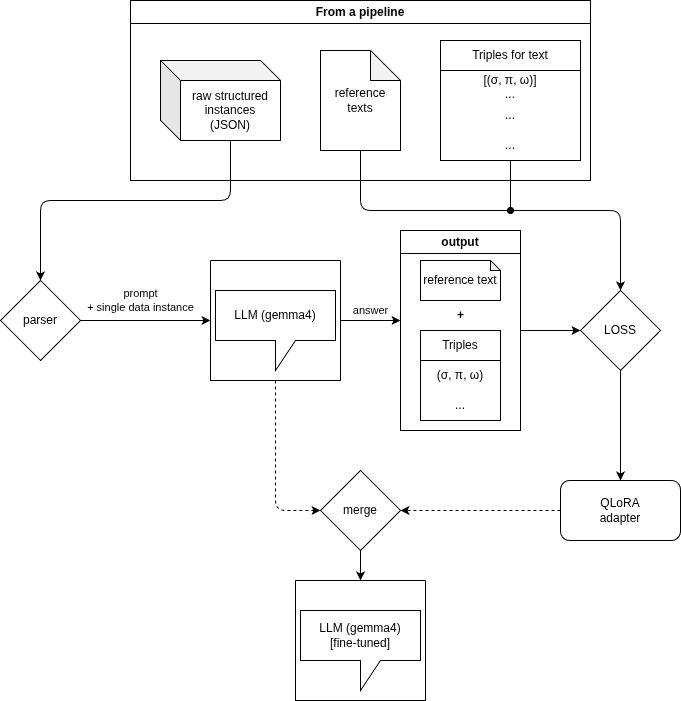
Earlier version of the draw.io export master-thesis/figures/ft-llm.png (Nikiaker/d2t). Source tidied: cells renumbered, new cells last; positions are measured from the earlier drawing's top-left corner, leaving out a move shared by most shapes. Source of this version:
```xml
<mxGraphModel>
  <root>
    <mxCell id="0" />
    <mxCell id="1" parent="0" />
    <mxCell id="2" style="edgeStyle=none;html=1;entryX=0.5;entryY=0;entryDx=0;entryDy=0;exitX=0;exitY=0;exitDx=70;exitDy=80;exitPerimeter=0;" parent="1" edge="1" source="10" target="16">
      <mxGeometry relative="1" as="geometry">
        <Array as="points">
          <mxPoint x="230" y="200" />
          <mxPoint x="40" y="200" />
        </Array>
      </mxGeometry>
    </mxCell>
    <mxCell id="3" value="From a pipeline" style="swimlane;whiteSpace=wrap;html=1;" parent="1" vertex="1">
      <mxGeometry x="130" width="460" height="180" as="geometry" />
    </mxCell>
    <mxCell id="4" style="edgeStyle=none;html=1;endArrow=oval;endFill=1;" parent="3" edge="1" source="5">
      <mxGeometry relative="1" as="geometry">
        <mxPoint x="380" y="210" as="targetPoint" />
      </mxGeometry>
    </mxCell>
    <mxCell id="5" value="Triples for text" style="swimlane;fontStyle=0;horizontal=1;startSize=30;whiteSpace=wrap;html=1;" parent="3" vertex="1">
      <mxGeometry x="310" y="40" width="140" height="120" as="geometry" />
    </mxCell>
    <mxCell id="6" value="[(σ, π, ω)]&lt;div&gt;...&lt;/div&gt;" style="text;strokeColor=none;fillColor=none;align=center;verticalAlign=middle;spacingLeft=4;spacingRight=4;overflow=hidden;whiteSpace=wrap;html=1;" parent="5" vertex="1">
      <mxGeometry y="30" width="140" height="30" as="geometry" />
    </mxCell>
    <mxCell id="7" value="..." style="text;strokeColor=none;fillColor=none;align=center;verticalAlign=middle;spacingLeft=4;spacingRight=4;overflow=hidden;whiteSpace=wrap;html=1;" parent="5" vertex="1">
      <mxGeometry y="60" width="140" height="30" as="geometry" />
    </mxCell>
    <mxCell id="8" value="..." style="text;strokeColor=none;fillColor=none;align=center;verticalAlign=middle;spacingLeft=4;spacingRight=4;overflow=hidden;whiteSpace=wrap;html=1;" parent="5" vertex="1">
      <mxGeometry y="90" width="140" height="30" as="geometry" />
    </mxCell>
    <mxCell id="9" value="reference texts" style="shape=note;whiteSpace=wrap;html=1;backgroundOutline=1;darkOpacity=0.05;" parent="3" vertex="1">
      <mxGeometry x="190" y="50" width="80" height="100" as="geometry" />
    </mxCell>
    <mxCell id="10" value="raw structured instances&lt;div&gt;(JSON)&lt;/div&gt;" style="shape=cube;whiteSpace=wrap;html=1;boundedLbl=1;backgroundOutline=1;darkOpacity=0.05;darkOpacity2=0.1;" parent="3" vertex="1">
      <mxGeometry x="30" y="60" width="120" height="80" as="geometry" />
    </mxCell>
    <mxCell id="11" value="LLM (gemma4)" style="shape=callout;whiteSpace=wrap;html=1;perimeter=calloutPerimeter;" parent="1" vertex="1">
      <mxGeometry x="215" y="290" width="120" height="80" as="geometry" />
    </mxCell>
    <mxCell id="12" value="answer" style="edgeStyle=none;html=1;exitX=1;exitY=0.5;exitDx=0;exitDy=0;" parent="1" edge="1" source="14">
      <mxGeometry y="10" relative="1" as="geometry">
        <mxPoint x="400" y="320" as="targetPoint" />
      </mxGeometry>
    </mxCell>
    <mxCell id="13" style="edgeStyle=none;html=1;entryX=0;entryY=0.5;entryDx=0;entryDy=0;dashed=1;" parent="1" edge="1" source="14" target="29">
      <mxGeometry relative="1" as="geometry">
        <Array as="points">
          <mxPoint x="275" y="510" />
        </Array>
      </mxGeometry>
    </mxCell>
    <mxCell id="14" style="swimlane;startSize=0;" parent="1" vertex="1">
      <mxGeometry x="210" y="260" width="130" height="120" as="geometry" />
    </mxCell>
    <mxCell id="15" value="prompt&lt;div&gt;+ single data instance&lt;/div&gt;" style="edgeStyle=none;html=1;entryX=0;entryY=0.5;entryDx=0;entryDy=0;exitX=1;exitY=0.5;exitDx=0;exitDy=0;" parent="1" edge="1" source="16" target="14">
      <mxGeometry x="-0.08" y="20" relative="1" as="geometry" />
    </mxCell>
    <mxCell id="16" value="parser" style="rhombus;whiteSpace=wrap;html=1;" parent="1" vertex="1">
      <mxGeometry y="280" width="80" height="80" as="geometry" />
    </mxCell>
    <mxCell id="17" style="edgeStyle=none;html=1;entryX=0;entryY=0.5;entryDx=0;entryDy=0;" parent="1" edge="1" source="18" target="32">
      <mxGeometry relative="1" as="geometry" />
    </mxCell>
    <mxCell id="18" value="output" style="swimlane;whiteSpace=wrap;html=1;" parent="1" vertex="1">
      <mxGeometry x="400" y="230" width="120" height="200" as="geometry" />
    </mxCell>
    <mxCell id="19" value="Triples" style="swimlane;fontStyle=0;horizontal=1;startSize=30;whiteSpace=wrap;html=1;" parent="18" vertex="1">
      <mxGeometry x="20" y="100" width="80" height="90" as="geometry" />
    </mxCell>
    <mxCell id="20" value="(σ, π, ω)" style="text;strokeColor=none;fillColor=none;align=center;verticalAlign=middle;spacingLeft=4;spacingRight=4;overflow=hidden;whiteSpace=wrap;html=1;" parent="19" vertex="1">
      <mxGeometry y="30" width="80" height="30" as="geometry" />
    </mxCell>
    <mxCell id="21" value="..." style="text;strokeColor=none;fillColor=none;align=center;verticalAlign=middle;spacingLeft=4;spacingRight=4;overflow=hidden;whiteSpace=wrap;html=1;" parent="19" vertex="1">
      <mxGeometry y="60" width="80" height="30" as="geometry" />
    </mxCell>
    <mxCell id="22" value="reference text" style="shape=note;whiteSpace=wrap;html=1;backgroundOutline=1;darkOpacity=0.05;size=10;" parent="18" vertex="1">
      <mxGeometry x="20" y="30" width="80" height="40" as="geometry" />
    </mxCell>
    <mxCell id="23" value="+" style="text;html=1;align=center;verticalAlign=middle;strokeColor=none;fillColor=none;fontStyle=1;" parent="18" vertex="1">
      <mxGeometry x="45" y="70" width="30" height="30" as="geometry" />
    </mxCell>
    <mxCell id="24" style="edgeStyle=none;html=1;entryX=0.5;entryY=0;entryDx=0;entryDy=0;exitX=0.5;exitY=1;exitDx=0;exitDy=0;" parent="1" edge="1" source="32" target="27">
      <mxGeometry relative="1" as="geometry" />
    </mxCell>
    <mxCell id="25" style="edgeStyle=none;html=1;entryX=0.5;entryY=0;entryDx=0;entryDy=0;exitX=0.5;exitY=1;exitDx=0;exitDy=0;exitPerimeter=0;" parent="1" edge="1" source="9" target="32">
      <mxGeometry relative="1" as="geometry">
        <Array as="points">
          <mxPoint x="360" y="210" />
          <mxPoint x="620" y="210" />
        </Array>
      </mxGeometry>
    </mxCell>
    <mxCell id="26" style="edgeStyle=none;html=1;entryX=1;entryY=0.5;entryDx=0;entryDy=0;dashed=1;" parent="1" edge="1" source="27" target="29">
      <mxGeometry relative="1" as="geometry" />
    </mxCell>
    <mxCell id="27" value="QLoRA&lt;div&gt;adapter&lt;/div&gt;" style="rounded=1;whiteSpace=wrap;html=1;" parent="1" vertex="1">
      <mxGeometry x="560" y="480" width="120" height="60" as="geometry" />
    </mxCell>
    <mxCell id="28" style="edgeStyle=none;html=1;entryX=0.5;entryY=0;entryDx=0;entryDy=0;" parent="1" edge="1" source="29" target="31">
      <mxGeometry relative="1" as="geometry" />
    </mxCell>
    <mxCell id="29" value="merge" style="rhombus;whiteSpace=wrap;html=1;" parent="1" vertex="1">
      <mxGeometry x="320" y="470" width="80" height="80" as="geometry" />
    </mxCell>
    <mxCell id="30" value="LLM (gemma4)&lt;div&gt;[fine-tuned]&lt;/div&gt;" style="shape=callout;whiteSpace=wrap;html=1;perimeter=calloutPerimeter;" parent="1" vertex="1">
      <mxGeometry x="300" y="610" width="120" height="80" as="geometry" />
    </mxCell>
    <mxCell id="31" style="swimlane;startSize=0;" parent="1" vertex="1">
      <mxGeometry x="295" y="580" width="130" height="120" as="geometry" />
    </mxCell>
    <mxCell id="32" value="LOSS" style="rhombus;whiteSpace=wrap;html=1;" parent="1" vertex="1">
      <mxGeometry x="580" y="290" width="80" height="80" as="geometry" />
    </mxCell>
  </root>
</mxGraphModel>
```
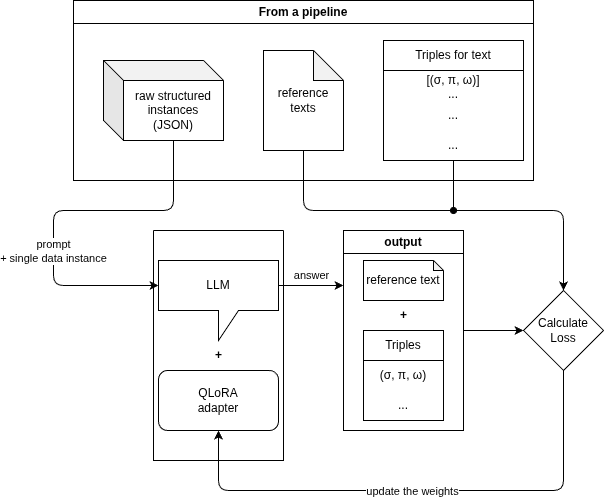
Later version of the same file.

Change to the diagram source:
```diff
@@ -2,14 +2,6 @@
   <root>
     <mxCell id="0" />
     <mxCell id="1" parent="0" />
-    <mxCell id="2" style="edgeStyle=none;html=1;entryX=0.5;entryY=0;entryDx=0;entryDy=0;exitX=0;exitY=0;exitDx=70;exitDy=80;exitPerimeter=0;" parent="1" edge="1" source="10" target="16">
-      <mxGeometry relative="1" as="geometry">
-        <Array as="points">
-          <mxPoint x="230" y="200" />
-          <mxPoint x="40" y="200" />
-        </Array>
-      </mxGeometry>
-    </mxCell>
     <mxCell id="3" value="From a pipeline" style="swimlane;whiteSpace=wrap;html=1;" parent="1" vertex="1">
       <mxGeometry x="130" width="460" height="180" as="geometry" />
     </mxCell>
@@ -36,30 +28,32 @@
     <mxCell id="10" value="raw structured instances&lt;div&gt;(JSON)&lt;/div&gt;" style="shape=cube;whiteSpace=wrap;html=1;boundedLbl=1;backgroundOutline=1;darkOpacity=0.05;darkOpacity2=0.1;" parent="3" vertex="1">
       <mxGeometry x="30" y="60" width="120" height="80" as="geometry" />
     </mxCell>
-    <mxCell id="11" value="LLM (gemma4)" style="shape=callout;whiteSpace=wrap;html=1;perimeter=calloutPerimeter;" parent="1" vertex="1">
-      <mxGeometry x="215" y="290" width="120" height="80" as="geometry" />
+    <mxCell id="11" value="LLM" style="shape=callout;whiteSpace=wrap;html=1;perimeter=calloutPerimeter;" parent="1" vertex="1">
+      <mxGeometry x="215" y="260" width="120" height="80" as="geometry" />
     </mxCell>
-    <mxCell id="12" value="answer" style="edgeStyle=none;html=1;exitX=1;exitY=0.5;exitDx=0;exitDy=0;" parent="1" edge="1" source="14">
+    <mxCell id="12" value="answer" style="edgeStyle=none;html=1;exitX=0;exitY=0;exitDx=120;exitDy=25;exitPerimeter=0;" parent="1" edge="1" source="11">
       <mxGeometry y="10" relative="1" as="geometry">
-        <mxPoint x="400" y="320" as="targetPoint" />
+        <mxPoint x="400" y="285" as="targetPoint" />
       </mxGeometry>
     </mxCell>
-    <mxCell id="13" style="edgeStyle=none;html=1;entryX=0;entryY=0.5;entryDx=0;entryDy=0;dashed=1;" parent="1" edge="1" source="14" target="29">
-      <mxGeometry relative="1" as="geometry">
-        <Array as="points">
-          <mxPoint x="275" y="510" />
-        </Array>
-      </mxGeometry>
-    </mxCell>
     <mxCell id="14" style="swimlane;startSize=0;" parent="1" vertex="1">
-      <mxGeometry x="210" y="260" width="130" height="120" as="geometry" />
+      <mxGeometry x="210" y="230" width="130" height="230" as="geometry" />
     </mxCell>
+    <mxCell id="27" value="QLoRA&lt;div&gt;adapter&lt;/div&gt;" style="rounded=1;whiteSpace=wrap;html=1;" parent="14" vertex="1">
+      <mxGeometry x="5" y="140" width="120" height="60" as="geometry" />
+    </mxCell>
+    <mxCell id="33" value="+" style="text;html=1;align=center;verticalAlign=middle;strokeColor=none;fillColor=none;fontStyle=1;" parent="14" vertex="1">
+      <mxGeometry x="50" y="110" width="30" height="30" as="geometry" />
+    </mxCell>
-    <mxCell id="15" value="prompt&lt;div&gt;+ single data instance&lt;/div&gt;" style="edgeStyle=none;html=1;entryX=0;entryY=0.5;entryDx=0;entryDy=0;exitX=1;exitY=0.5;exitDx=0;exitDy=0;" parent="1" edge="1" source="16" target="14">
-      <mxGeometry x="-0.08" y="20" relative="1" as="geometry" />
+    <mxCell id="15" value="prompt&lt;div&gt;+ single data instance&lt;/div&gt;" style="edgeStyle=none;html=1;entryX=0;entryY=0;entryDx=0;entryDy=25;exitX=0;exitY=0;exitDx=70;exitDy=80;exitPerimeter=0;entryPerimeter=0;" parent="1" edge="1" source="10" target="11">
+      <mxGeometry x="0.25" relative="1" as="geometry">
+        <Array as="points">
+          <mxPoint x="230" y="210" />
+          <mxPoint x="110" y="210" />
+          <mxPoint x="110" y="285" />
+        </Array>
+      </mxGeometry>
     </mxCell>
-    <mxCell id="16" value="parser" style="rhombus;whiteSpace=wrap;html=1;" parent="1" vertex="1">
-      <mxGeometry y="280" width="80" height="80" as="geometry" />
-    </mxCell>
     <mxCell id="17" style="edgeStyle=none;html=1;entryX=0;entryY=0.5;entryDx=0;entryDy=0;" parent="1" edge="1" source="18" target="32">
       <mxGeometry relative="1" as="geometry" />
     </mxCell>
@@ -81,9 +75,19 @@
     <mxCell id="23" value="+" style="text;html=1;align=center;verticalAlign=middle;strokeColor=none;fillColor=none;fontStyle=1;" parent="18" vertex="1">
       <mxGeometry x="45" y="70" width="30" height="30" as="geometry" />
     </mxCell>
-    <mxCell id="24" style="edgeStyle=none;html=1;entryX=0.5;entryY=0;entryDx=0;entryDy=0;exitX=0.5;exitY=1;exitDx=0;exitDy=0;" parent="1" edge="1" source="32" target="27">
-      <mxGeometry relative="1" as="geometry" />
+    <mxCell id="24" style="edgeStyle=none;html=1;entryX=0.5;entryY=1;entryDx=0;entryDy=0;exitX=0.5;exitY=1;exitDx=0;exitDy=0;" parent="1" edge="1" source="32" target="27">
+      <mxGeometry relative="1" as="geometry">
+        <Array as="points">
+          <mxPoint x="620" y="490" />
+          <mxPoint x="275" y="490" />
+        </Array>
+      </mxGeometry>
     </mxCell>
+    <mxCell id="34" value="update the weights" style="edgeLabel;html=1;align=center;verticalAlign=middle;" parent="24" vertex="1">
+      <mxGeometry x="0.13" y="1" relative="1" as="geometry">
+        <mxPoint x="25" y="-1" as="offset" />
+      </mxGeometry>
+    </mxCell>
     <mxCell id="25" style="edgeStyle=none;html=1;entryX=0.5;entryY=0;entryDx=0;entryDy=0;exitX=0.5;exitY=1;exitDx=0;exitDy=0;exitPerimeter=0;" parent="1" edge="1" source="9" target="32">
       <mxGeometry relative="1" as="geometry">
         <Array as="points">
@@ -92,25 +96,7 @@
         </Array>
       </mxGeometry>
     </mxCell>
-    <mxCell id="26" style="edgeStyle=none;html=1;entryX=1;entryY=0.5;entryDx=0;entryDy=0;dashed=1;" parent="1" edge="1" source="27" target="29">
-      <mxGeometry relative="1" as="geometry" />
-    </mxCell>
-    <mxCell id="27" value="QLoRA&lt;div&gt;adapter&lt;/div&gt;" style="rounded=1;whiteSpace=wrap;html=1;" parent="1" vertex="1">
-      <mxGeometry x="560" y="480" width="120" height="60" as="geometry" />
-    </mxCell>
-    <mxCell id="28" style="edgeStyle=none;html=1;entryX=0.5;entryY=0;entryDx=0;entryDy=0;" parent="1" edge="1" source="29" target="31">
-      <mxGeometry relative="1" as="geometry" />
-    </mxCell>
-    <mxCell id="29" value="merge" style="rhombus;whiteSpace=wrap;html=1;" parent="1" vertex="1">
-      <mxGeometry x="320" y="470" width="80" height="80" as="geometry" />
-    </mxCell>
-    <mxCell id="30" value="LLM (gemma4)&lt;div&gt;[fine-tuned]&lt;/div&gt;" style="shape=callout;whiteSpace=wrap;html=1;perimeter=calloutPerimeter;" parent="1" vertex="1">
-      <mxGeometry x="300" y="610" width="120" height="80" as="geometry" />
-    </mxCell>
-    <mxCell id="31" style="swimlane;startSize=0;" parent="1" vertex="1">
-      <mxGeometry x="295" y="580" width="130" height="120" as="geometry" />
-    </mxCell>
-    <mxCell id="32" value="LOSS" style="rhombus;whiteSpace=wrap;html=1;" parent="1" vertex="1">
+    <mxCell id="32" value="Calculate&lt;div&gt;Loss&lt;/div&gt;" style="rhombus;whiteSpace=wrap;html=1;" parent="1" vertex="1">
       <mxGeometry x="580" y="290" width="80" height="80" as="geometry" />
     </mxCell>
   </root>
```
